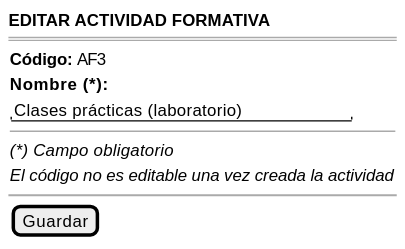
This is images/RUP/01-requisitos/03-detalle-casos-uso/editarActividadFormativa/wireframe.svg from mmasias/pyCeldaPublico, a PlantUML export, as it was before one commit. The source it was exported from:
```plantuml
@startsalt editarActividadFormativa-wireframe
{
    <b>EDITAR ACTIVIDAD FORMATIVA</b>
    ====
    {
        <b>Código:</b> AF3
        <b>Nombre (*):</b>
        "Clases prácticas (laboratorio)"
        --
        <i>(*) Campo obligatorio</i>
        <i>El código no es editable una vez creada la actividad</i>
    }
    ~~
    {[Guardar]}
}
@endsalt
```
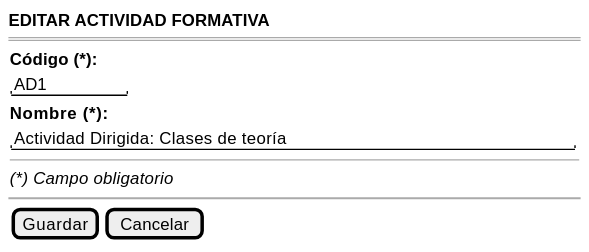
Later version of the same file.

The edit, as a diff of the source:
```diff
@@ -3,14 +3,14 @@
     <b>EDITAR ACTIVIDAD FORMATIVA</b>
     ====
     {
-        <b>Código:</b> AF3
+        <b>Código (*):</b>
+        "AD1       "
         <b>Nombre (*):</b>
-        "Clases prácticas (laboratorio)"
+        "Actividad Dirigida: Clases de teoría              "
         --
         <i>(*) Campo obligatorio</i>
-        <i>El código no es editable una vez creada la actividad</i>
     }
     ~~
-    {[Guardar]}
+    {[Guardar] | [Cancelar]}
 }
 @endsalt
```
